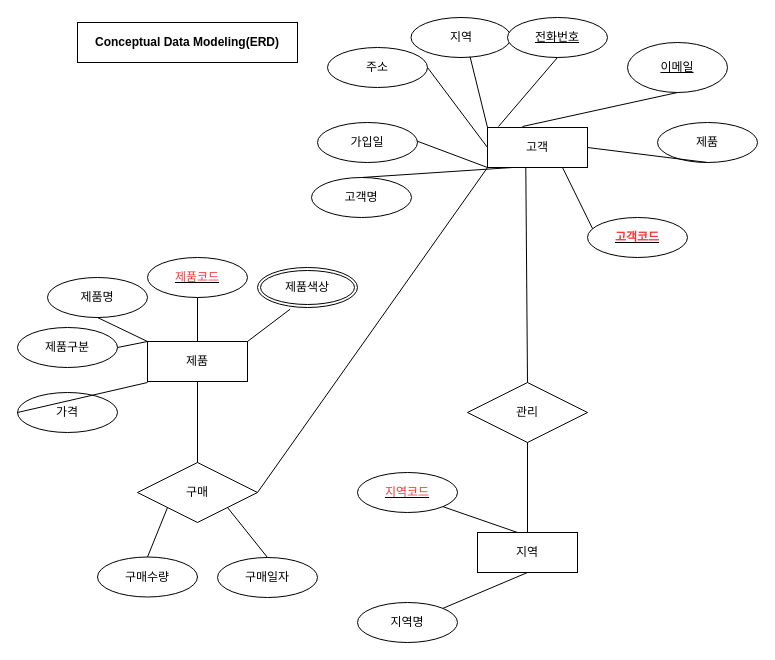
Before: page "페이지-1" (1 of 2) of erd.drawio in ttuttae/ai8erd, a draw.io diagram. Source tidied: cells renumbered, new cells numbered last; positions are measured from the earlier drawing's top-left corner, leaving out a move shared by most shapes. Both pictures are drawn from the tidied source at 100%, with x=0, y=0 at pixel (17, 17).
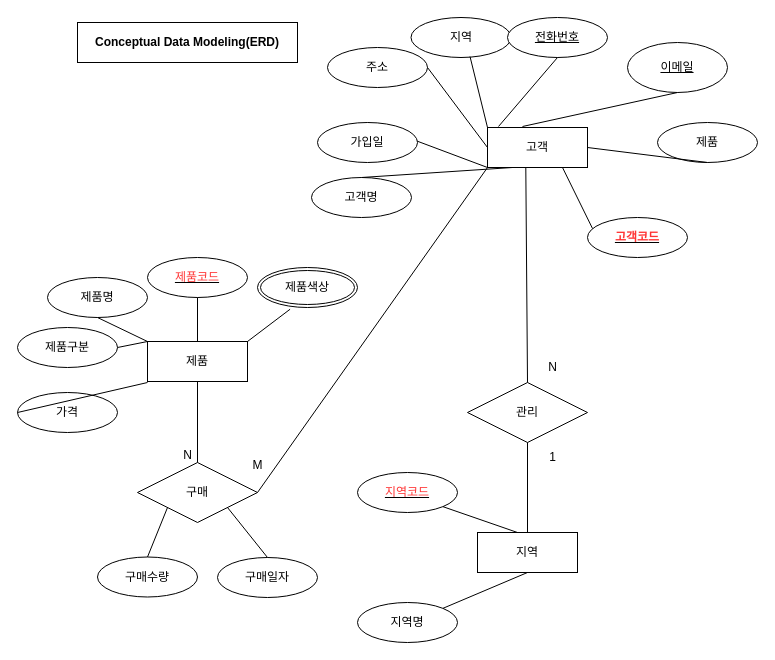
Above is the later version.

Change to the diagram source:
```diff
@@
+    <mxCell id="46" value="1" style="text;html=1;align=center;verticalAlign=middle;strokeColor=none;fillColor=none;" parent="1" vertex="1">
+      <mxGeometry x="520" y="425" width="30" height="30" as="geometry" />
+    </mxCell>
+    <mxCell id="47" value="N" style="text;html=1;align=center;verticalAlign=middle;strokeColor=none;fillColor=none;" parent="1" vertex="1">
+      <mxGeometry x="520" y="335" width="30" height="30" as="geometry" />
+    </mxCell>
+    <mxCell id="48" value="M" style="text;html=1;align=center;verticalAlign=middle;strokeColor=none;fillColor=none;" parent="1" vertex="1">
+      <mxGeometry x="225" y="433" width="30" height="30" as="geometry" />
+    </mxCell>
+    <mxCell id="49" value="N" style="text;html=1;align=center;verticalAlign=middle;strokeColor=none;fillColor=none;" parent="1" vertex="1">
+      <mxGeometry x="155" y="423" width="30" height="30" as="geometry" />
+    </mxCell>
```
